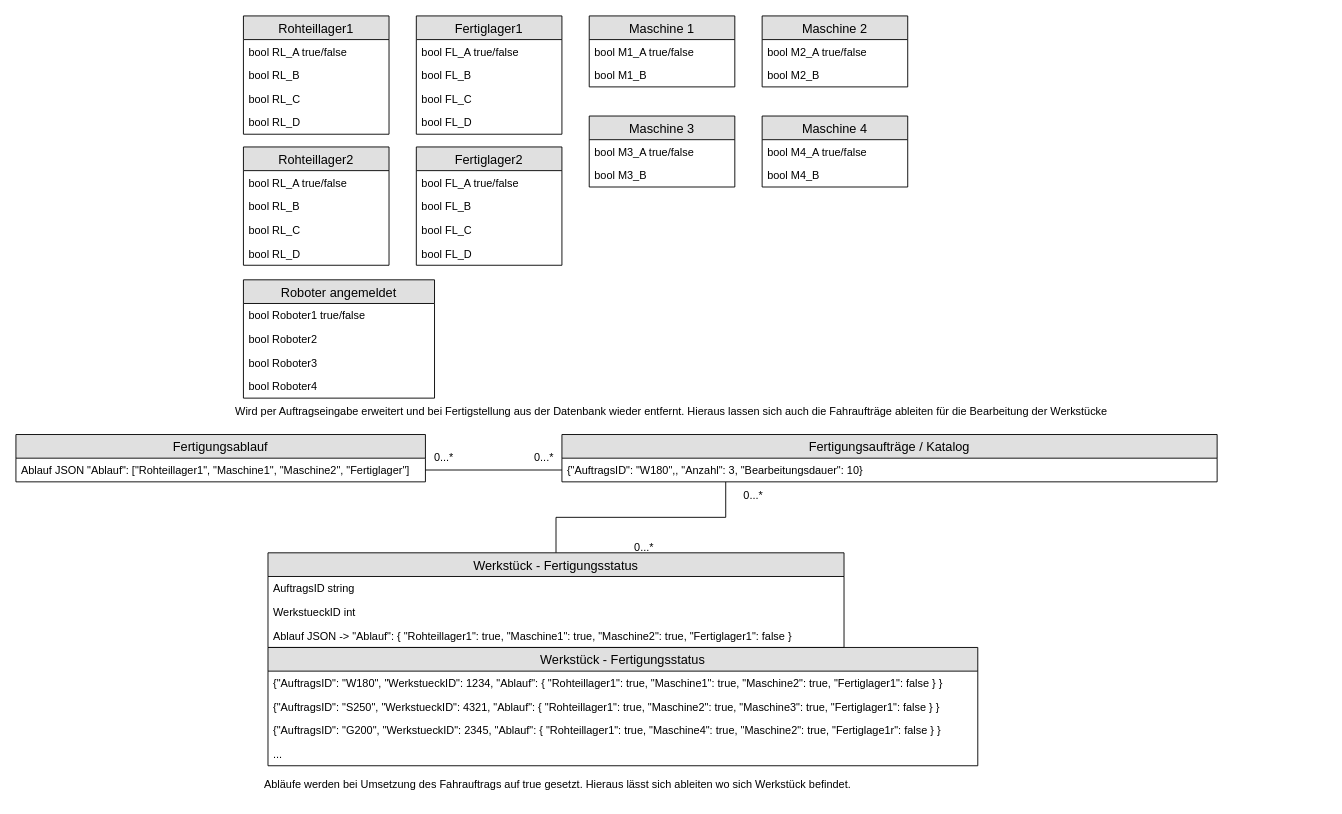
Above: page "Page-2" (2 of 2) of Planung/ER_diagramme.drawio in Nuramon4/Gewerk1 (draw.io), before the change. Source tidied: cells renumbered, new cells numbered last; positions are measured from the earlier drawing's top-left corner, leaving out a move shared by most shapes. Both pictures are drawn from the tidied source at 91%, with x=0, y=0 at pixel (15, 15).
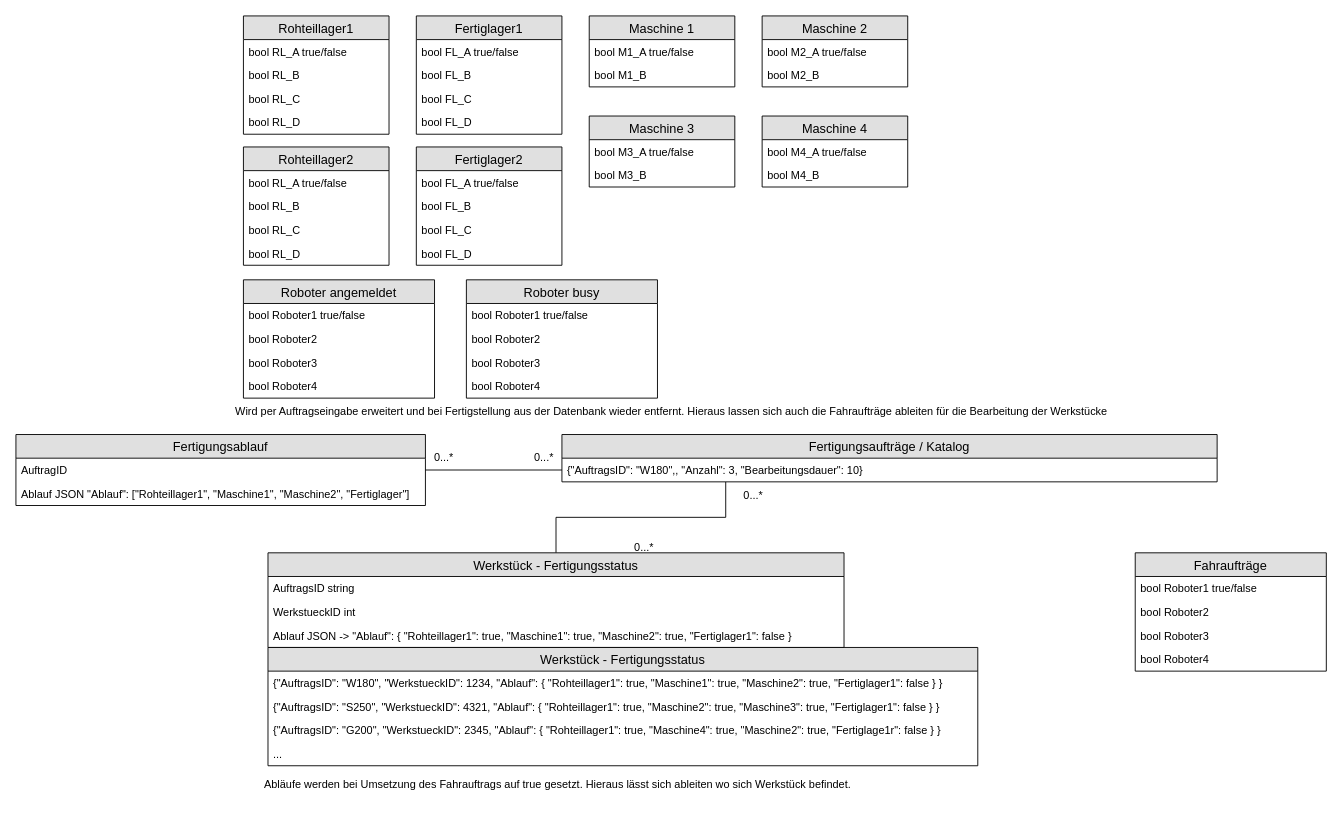
The same diagram, later.

Change to the diagram source:
```diff
@@
     <mxCell id="48" value="Fertigungsablauf" style="swimlane;fontStyle=0;horizontal=1;startSize=26;fillColor=#e0e0e0;swimlaneFillColor=#ffffff;align=center;fontSize=14;" parent="1" vertex="1">
-      <mxGeometry y="460" width="450" height="52" as="geometry" />
+      <mxGeometry y="460" width="450" height="78" as="geometry" />
     </mxCell>
-    <mxCell id="49" value="Ablauf JSON &quot;Ablauf&quot;: [&quot;Rohteillager1&quot;, &quot;Maschine1&quot;, &quot;Maschine2&quot;, &quot;Fertiglager&quot;]" style="text;strokeColor=none;fillColor=none;spacingLeft=4;spacingRight=4;overflow=hidden;points=[[0,0.5],[1,0.5]];portConstraint=eastwest;fontSize=12;" parent="48" vertex="1">
+    <mxCell id="49" value="AuftragID" style="text;strokeColor=none;fillColor=none;spacingLeft=4;spacingRight=4;overflow=hidden;points=[[0,0.5],[1,0.5]];portConstraint=eastwest;fontSize=12;" parent="48" vertex="1">
       <mxGeometry y="26" width="450" height="26" as="geometry" />
     </mxCell>
+    <mxCell id="60" value="Ablauf JSON &quot;Ablauf&quot;: [&quot;Rohteillager1&quot;, &quot;Maschine1&quot;, &quot;Maschine2&quot;, &quot;Fertiglager&quot;]" style="text;strokeColor=none;fillColor=none;spacingLeft=4;spacingRight=4;overflow=hidden;fontSize=12;" parent="48" vertex="1">
+      <mxGeometry y="52" width="450" height="26" as="geometry" />
+    </mxCell>
@@
+    <mxCell id="61" value="Fahraufträge" style="swimlane;fontStyle=0;horizontal=1;startSize=26;fillColor=#e0e0e0;swimlaneFillColor=#ffffff;align=center;fontSize=14;" parent="1" vertex="1">
+      <mxGeometry x="1230" y="590" width="210" height="130" as="geometry" />
+    </mxCell>
+    <mxCell id="62" value="bool Roboter1 true/false" style="text;strokeColor=none;fillColor=none;spacingLeft=4;spacingRight=4;overflow=hidden;fontSize=12;" parent="61" vertex="1">
+      <mxGeometry y="26" width="210" height="26" as="geometry" />
+    </mxCell>
+    <mxCell id="63" value="bool Roboter2" style="text;strokeColor=none;fillColor=none;spacingLeft=4;spacingRight=4;overflow=hidden;fontSize=12;" parent="61" vertex="1">
+      <mxGeometry y="52" width="210" height="26" as="geometry" />
+    </mxCell>
+    <mxCell id="64" value="bool Roboter3" style="text;strokeColor=none;fillColor=none;spacingLeft=4;spacingRight=4;overflow=hidden;fontSize=12;" parent="61" vertex="1">
+      <mxGeometry y="78" width="210" height="26" as="geometry" />
+    </mxCell>
+    <mxCell id="65" value="bool Roboter4" style="text;strokeColor=none;fillColor=none;spacingLeft=4;spacingRight=4;overflow=hidden;fontSize=12;" parent="61" vertex="1">
+      <mxGeometry y="104" width="210" height="26" as="geometry" />
+    </mxCell>
+    <mxCell id="66" value="Roboter busy" style="swimlane;fontStyle=0;horizontal=1;startSize=26;fillColor=#e0e0e0;swimlaneFillColor=#ffffff;align=center;fontSize=14;" parent="1" vertex="1">
+      <mxGeometry x="495" y="290" width="210" height="130" as="geometry" />
+    </mxCell>
+    <mxCell id="67" value="bool Roboter1 true/false" style="text;strokeColor=none;fillColor=none;spacingLeft=4;spacingRight=4;overflow=hidden;fontSize=12;" parent="66" vertex="1">
+      <mxGeometry y="26" width="210" height="26" as="geometry" />
+    </mxCell>
+    <mxCell id="68" value="bool Roboter2" style="text;strokeColor=none;fillColor=none;spacingLeft=4;spacingRight=4;overflow=hidden;fontSize=12;" parent="66" vertex="1">
+      <mxGeometry y="52" width="210" height="26" as="geometry" />
+    </mxCell>
+    <mxCell id="69" value="bool Roboter3" style="text;strokeColor=none;fillColor=none;spacingLeft=4;spacingRight=4;overflow=hidden;fontSize=12;" parent="66" vertex="1">
+      <mxGeometry y="78" width="210" height="26" as="geometry" />
+    </mxCell>
+    <mxCell id="70" value="bool Roboter4" style="text;strokeColor=none;fillColor=none;spacingLeft=4;spacingRight=4;overflow=hidden;fontSize=12;" parent="66" vertex="1">
+      <mxGeometry y="104" width="210" height="26" as="geometry" />
+    </mxCell>
```
